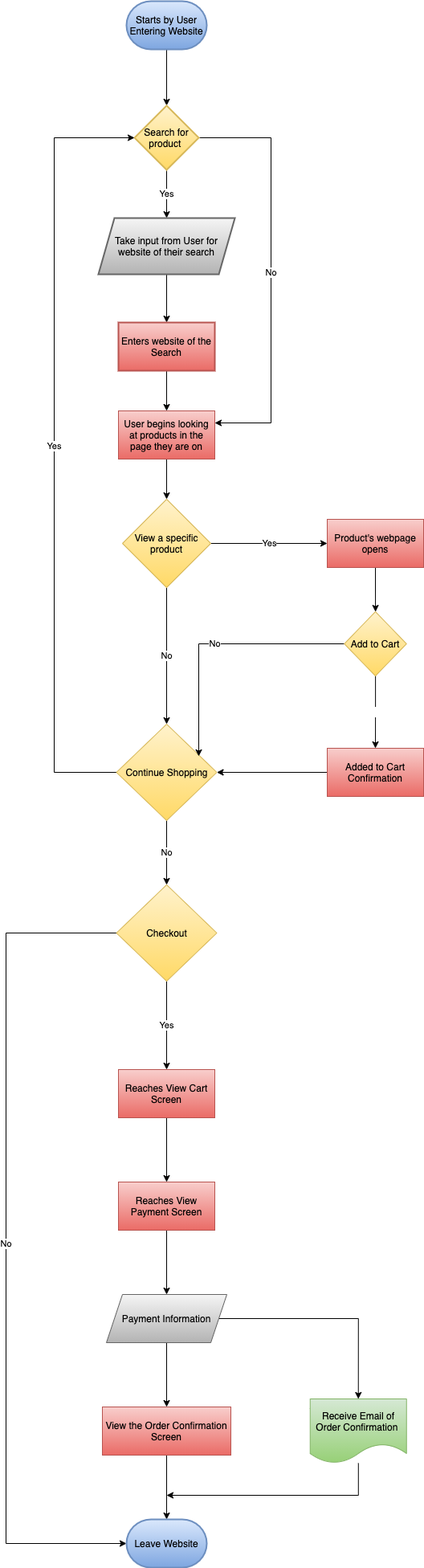
This is part2/part2.drawio.png from gaurav-dheeraj/sp21-cse110-lab4, a draw.io export, as it was before one commit. Source tidied: cells renumbered, new cells last; positions are measured from the earlier drawing's top-left corner, leaving out a move shared by most shapes.
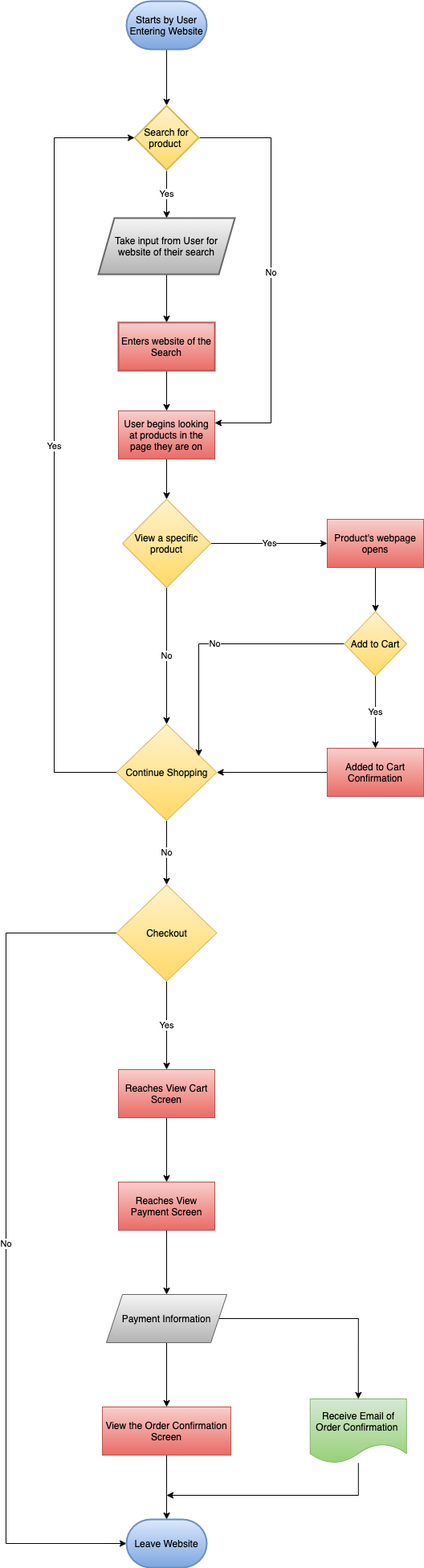
After the commit.

Commit message:
Change background color for arrows

Diff of the diagram source:
```diff
@@ -71,7 +71,7 @@
     <mxCell id="18" value="&lt;font color=&quot;#000000&quot;&gt;Continue Shopping&lt;/font&gt;" style="rhombus;whiteSpace=wrap;html=1;rounded=0;gradientColor=#ffd966;fillColor=#fff2cc;strokeColor=#d6b656;" parent="1" vertex="1">
       <mxGeometry x="137.5" y="900" width="125" height="120" as="geometry" />
     </mxCell>
-    <mxCell id="19" value="&lt;font color=&quot;#ffffff&quot;&gt;Yes&lt;/font&gt;" style="edgeStyle=orthogonalEdgeStyle;rounded=0;jettySize=auto;html=1;" parent="1" edge="1" source="21" target="25">
+    <mxCell id="19" value="&lt;font color=&quot;#000000&quot; style=&quot;background-color: rgb(255 , 255 , 255)&quot;&gt;Yes&lt;/font&gt;" style="edgeStyle=orthogonalEdgeStyle;rounded=0;jettySize=auto;html=1;" parent="1" edge="1" source="21" target="25">
       <mxGeometry relative="1" as="geometry" />
     </mxCell>
     <mxCell id="20" value="No" style="edgeStyle=orthogonalEdgeStyle;rounded=0;jettySize=auto;html=1;entryX=0.82;entryY=0.333;entryDx=0;entryDy=0;entryPerimeter=0;" parent="1" edge="1" source="21" target="18">
```
